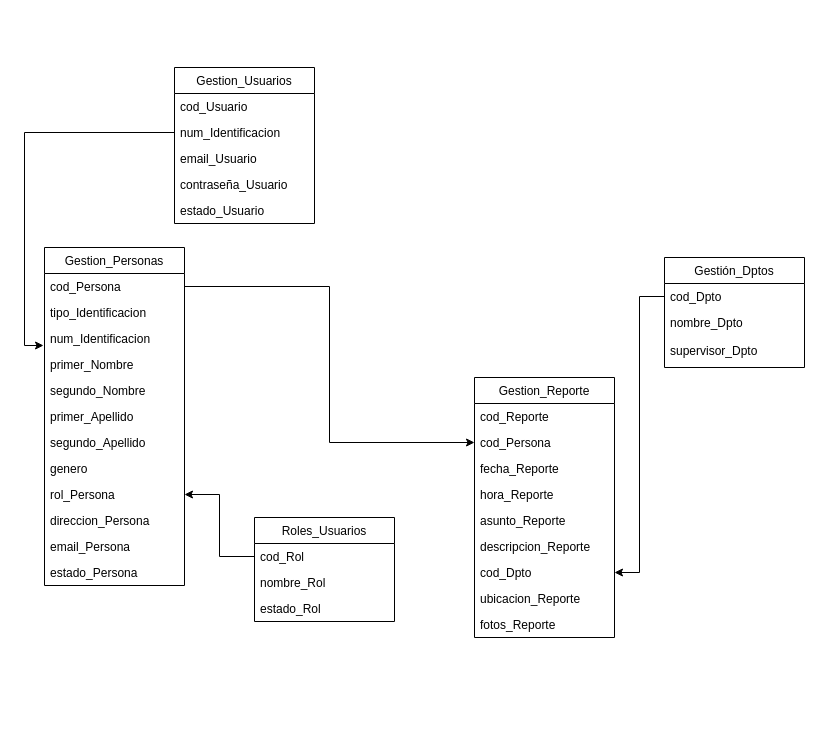
The draw.io diagram page "Yesid Linares Palmino" (3 of 5) of Untitled Diagram.drawio in dpeter1290/riesgoseincidentesSST, before the edit. Source tidied: cells renumbered, new cells numbered last; positions are measured from the earlier drawing's top-left corner, leaving out a move shared by most shapes. Both pictures are drawn from the tidied source at 100%, with x=0, y=0 at pixel (44, 67).
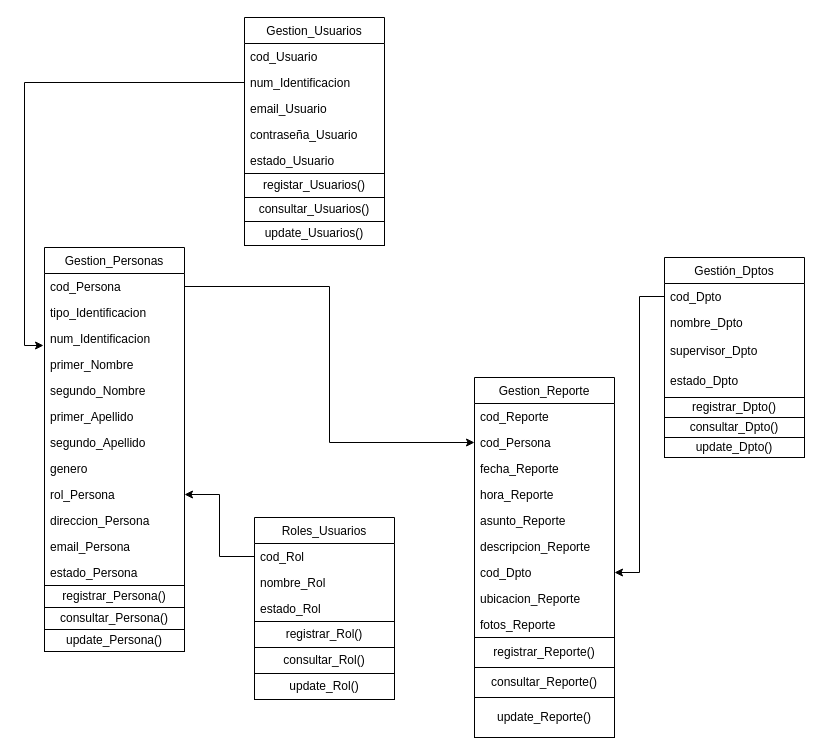
After the change.

Commit message:
Update Clases All

Change to the diagram source:
```diff
@@
     <mxCell id="15" value="Roles_Usuarios" style="swimlane;fontStyle=0;horizontal=1;startSize=26;fillColor=none;" parent="1" vertex="1">
-      <mxGeometry x="210" y="450" width="140" height="104" as="geometry" />
+      <mxGeometry x="210" y="450" width="140" height="182" as="geometry" />
     </mxCell>
@@
+    <mxCell id="43" value="registrar_Rol()" style="rounded=0;whiteSpace=wrap;html=1;" parent="15" vertex="1">
+      <mxGeometry y="104" width="140" height="26" as="geometry" />
+    </mxCell>
+    <mxCell id="44" value="consultar_Rol()" style="rounded=0;whiteSpace=wrap;html=1;" parent="15" vertex="1">
+      <mxGeometry y="130" width="140" height="26" as="geometry" />
+    </mxCell>
+    <mxCell id="45" value="update_Rol()" style="rounded=0;whiteSpace=wrap;html=1;" parent="15" vertex="1">
+      <mxGeometry y="156" width="140" height="26" as="geometry" />
+    </mxCell>
     <mxCell id="19" value="Gestion_Usuarios" style="swimlane;fontStyle=0;horizontal=1;startSize=26;fillColor=none;" parent="1" vertex="1">
-      <mxGeometry x="130" width="140" height="156" as="geometry" />
+      <mxGeometry x="200" y="-50" width="140" height="156" as="geometry" />
     </mxCell>
@@
     <mxCell id="25" value="Gestión_Dptos" style="swimlane;fontStyle=0;horizontal=1;startSize=26;fillColor=none;" parent="1" vertex="1">
-      <mxGeometry x="620" y="190" width="140" height="110" as="geometry" />
+      <mxGeometry x="620" y="190" width="140" height="200" as="geometry" />
     </mxCell>
@@
+    <mxCell id="46" value="supervisor_Dpto" style="text;strokeColor=none;fillColor=none;align=left;verticalAlign=top;spacingLeft=4;spacingRight=4;overflow=hidden;" parent="25" vertex="1">
+      <mxGeometry y="80" width="140" height="30" as="geometry" />
+    </mxCell>
-    <mxCell id="28" value="supervisor_Dpto" style="text;strokeColor=none;fillColor=none;align=left;verticalAlign=top;spacingLeft=4;spacingRight=4;overflow=hidden;" parent="25" vertex="1">
-      <mxGeometry y="80" width="140" height="30" as="geometry" />
+    <mxCell id="28" value="estado_Dpto" style="text;strokeColor=none;fillColor=none;align=left;verticalAlign=top;spacingLeft=4;spacingRight=4;overflow=hidden;" parent="25" vertex="1">
+      <mxGeometry y="110" width="140" height="30" as="geometry" />
     </mxCell>
+    <mxCell id="47" value="registrar_Dpto()" style="rounded=0;whiteSpace=wrap;html=1;" parent="25" vertex="1">
+      <mxGeometry y="140" width="140" height="20" as="geometry" />
+    </mxCell>
+    <mxCell id="48" value="consultar_Dpto()" style="rounded=0;whiteSpace=wrap;html=1;" parent="25" vertex="1">
+      <mxGeometry y="160" width="140" height="20" as="geometry" />
+    </mxCell>
+    <mxCell id="49" value="update_Dpto()" style="rounded=0;whiteSpace=wrap;html=1;" parent="25" vertex="1">
+      <mxGeometry y="180" width="140" height="20" as="geometry" />
+    </mxCell>
     <mxCell id="29" value="Gestion_Reporte" style="swimlane;fontStyle=0;horizontal=1;startSize=26;fillColor=none;" parent="1" vertex="1">
-      <mxGeometry x="430" y="310" width="140" height="260" as="geometry" />
+      <mxGeometry x="430" y="310" width="140" height="360" as="geometry" />
     </mxCell>
@@
+    <mxCell id="50" value="registrar_Reporte()" style="rounded=0;whiteSpace=wrap;html=1;" parent="29" vertex="1">
+      <mxGeometry y="260" width="140" height="30" as="geometry" />
+    </mxCell>
+    <mxCell id="51" value="consultar_Reporte()" style="rounded=0;whiteSpace=wrap;html=1;" parent="29" vertex="1">
+      <mxGeometry y="290" width="140" height="30" as="geometry" />
+    </mxCell>
+    <mxCell id="52" value="update_Reporte()" style="rounded=0;whiteSpace=wrap;html=1;" parent="29" vertex="1">
+      <mxGeometry y="320" width="140" height="40" as="geometry" />
+    </mxCell>
@@
+    <mxCell id="53" value="registar_Usuarios()" style="rounded=0;whiteSpace=wrap;html=1;" parent="1" vertex="1">
+      <mxGeometry x="200" y="106" width="140" height="24" as="geometry" />
+    </mxCell>
+    <mxCell id="54" value="consultar_Usuarios()" style="rounded=0;whiteSpace=wrap;html=1;" parent="1" vertex="1">
+      <mxGeometry x="200" y="130" width="140" height="24" as="geometry" />
+    </mxCell>
+    <mxCell id="55" value="update_Usuarios()" style="rounded=0;whiteSpace=wrap;html=1;" parent="1" vertex="1">
+      <mxGeometry x="200" y="154" width="140" height="24" as="geometry" />
+    </mxCell>
+    <mxCell id="56" value="registrar_Persona()" style="rounded=0;whiteSpace=wrap;html=1;" parent="1" vertex="1">
+      <mxGeometry y="518" width="140" height="22" as="geometry" />
+    </mxCell>
+    <mxCell id="57" value="consultar_Persona()" style="rounded=0;whiteSpace=wrap;html=1;" parent="1" vertex="1">
+      <mxGeometry y="540" width="140" height="22" as="geometry" />
+    </mxCell>
+    <mxCell id="58" value="update_Persona()" style="rounded=0;whiteSpace=wrap;html=1;" parent="1" vertex="1">
+      <mxGeometry y="562" width="140" height="22" as="geometry" />
+    </mxCell>
```
